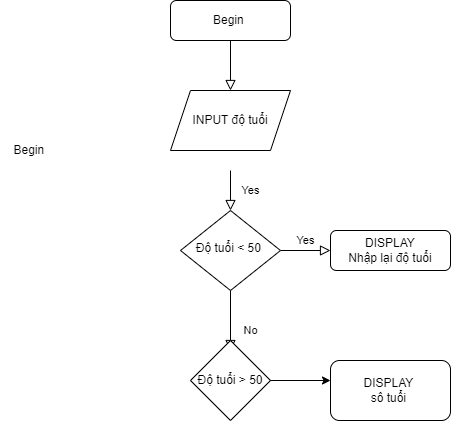
The draw.io diagram ss3_pseudocode/ss3_ex1.png in nnguyen710/C03, before a commit. Source tidied: cells renumbered, new cells last; positions are measured from the earlier drawing's top-left corner, leaving out a move shared by most shapes.
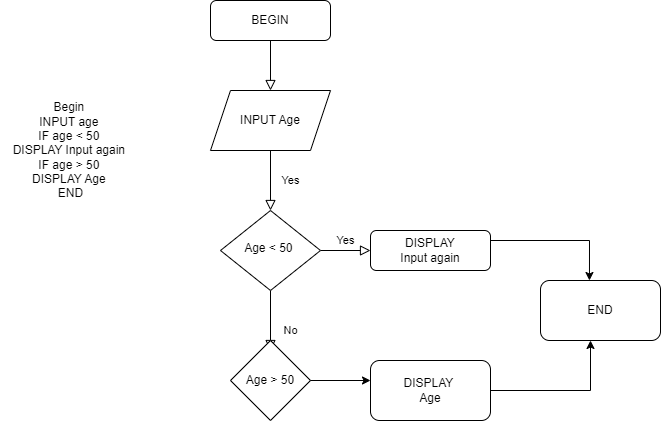
Later version of the same file.

The edit, as a diff of the source:
```diff
@@ -7,13 +7,11 @@
         <mxPoint x="230" y="90" as="targetPoint" />
       </mxGeometry>
     </mxCell>
-    <mxCell id="3" value="Begin&amp;nbsp;" style="rounded=1;whiteSpace=wrap;html=1;fontSize=12;glass=0;strokeWidth=1;shadow=0;" parent="1" vertex="1">
+    <mxCell id="3" value="BEGIN" style="rounded=1;whiteSpace=wrap;html=1;fontSize=12;glass=0;strokeWidth=1;shadow=0;" parent="1" vertex="1">
       <mxGeometry x="170" width="120" height="40" as="geometry" />
     </mxCell>
-    <mxCell id="4" value="Yes" style="rounded=0;html=1;jettySize=auto;fontSize=11;endArrow=block;endFill=0;endSize=8;strokeWidth=1;shadow=0;labelBackgroundColor=none;edgeStyle=orthogonalEdgeStyle;" parent="1" edge="1" target="7">
-      <mxGeometry y="20" relative="1" as="geometry">
-        <mxPoint x="230" y="170" as="sourcePoint" />
-      </mxGeometry>
+    <mxCell id="4" value="Yes" style="rounded=0;html=1;jettySize=auto;fontSize=11;endArrow=block;endFill=0;endSize=8;strokeWidth=1;shadow=0;labelBackgroundColor=none;edgeStyle=orthogonalEdgeStyle;exitX=0.5;exitY=1;exitDx=0;exitDy=0;" parent="1" edge="1" source="9" target="7">
+      <mxGeometry y="20" relative="1" as="geometry" />
     </mxCell>
     <mxCell id="5" value="No" style="rounded=0;html=1;jettySize=auto;fontSize=11;endArrow=block;endFill=0;endSize=8;strokeWidth=1;shadow=0;labelBackgroundColor=none;edgeStyle=orthogonalEdgeStyle;" parent="1" edge="1" source="7">
       <mxGeometry x="0.33" y="20" relative="1" as="geometry">
@@ -23,16 +21,16 @@
     <mxCell id="6" value="Yes" style="edgeStyle=orthogonalEdgeStyle;rounded=0;html=1;jettySize=auto;fontSize=11;endArrow=block;endFill=0;endSize=8;strokeWidth=1;shadow=0;labelBackgroundColor=none;" parent="1" edge="1" source="7" target="8">
       <mxGeometry y="10" relative="1" as="geometry" />
     </mxCell>
-    <mxCell id="7" value="Độ tuổi &amp;lt; 50&amp;nbsp;" style="rhombus;whiteSpace=wrap;html=1;shadow=0;fontFamily=Helvetica;fontSize=12;align=center;strokeWidth=1;spacing=6;spacingTop=-4;" parent="1" vertex="1">
+    <mxCell id="7" value="Age &amp;lt; 50&amp;nbsp;" style="rhombus;whiteSpace=wrap;html=1;shadow=0;fontFamily=Helvetica;fontSize=12;align=center;strokeWidth=1;spacing=6;spacingTop=-4;" parent="1" vertex="1">
       <mxGeometry x="180" y="210" width="100" height="80" as="geometry" />
     </mxCell>
-    <mxCell id="8" value="DISPLAY&lt;br&gt;Nhập lại độ tuổi" style="rounded=1;whiteSpace=wrap;html=1;fontSize=12;glass=0;strokeWidth=1;shadow=0;" parent="1" vertex="1">
+    <mxCell id="8" value="DISPLAY&lt;br&gt;Input again" style="rounded=1;whiteSpace=wrap;html=1;fontSize=12;glass=0;strokeWidth=1;shadow=0;" parent="1" vertex="1">
       <mxGeometry x="330" y="230" width="120" height="40" as="geometry" />
     </mxCell>
-    <mxCell id="9" value="INPUT độ tuổi" style="shape=parallelogram;perimeter=parallelogramPerimeter;whiteSpace=wrap;html=1;fixedSize=1;" parent="1" vertex="1">
+    <mxCell id="9" value="INPUT Age" style="shape=parallelogram;perimeter=parallelogramPerimeter;whiteSpace=wrap;html=1;fixedSize=1;" parent="1" vertex="1">
       <mxGeometry x="170" y="90" width="120" height="60" as="geometry" />
     </mxCell>
-    <mxCell id="10" value="Độ tuổi &amp;gt; 50" style="rhombus;whiteSpace=wrap;html=1;" parent="1" vertex="1">
+    <mxCell id="10" value="Age &amp;gt; 50" style="rhombus;whiteSpace=wrap;html=1;" parent="1" vertex="1">
       <mxGeometry x="190" y="340" width="80" height="80" as="geometry" />
     </mxCell>
     <mxCell id="11" style="endArrow=classic;html=1;rounded=0;exitX=1;exitY=0.5;exitDx=0;exitDy=0;" parent="1" edge="1" source="10">
@@ -40,11 +38,29 @@
         <mxPoint x="330" y="380" as="targetPoint" />
       </mxGeometry>
     </mxCell>
-    <mxCell id="12" value="DISPLAY&amp;nbsp;&lt;br&gt;sô tuổi&amp;nbsp;" style="rounded=1;whiteSpace=wrap;html=1;" parent="1" vertex="1">
+    <mxCell id="12" value="DISPLAY&amp;nbsp;&lt;br&gt;Age" style="rounded=1;whiteSpace=wrap;html=1;" parent="1" vertex="1">
       <mxGeometry x="330" y="360" width="120" height="60" as="geometry" />
     </mxCell>
-    <mxCell id="13" value="Begin&amp;nbsp;&lt;br&gt;" style="text;html=1;align=center;verticalAlign=middle;strokeColor=none;fillColor=none;" parent="1" vertex="1">
-      <mxGeometry y="135" width="60" height="30" as="geometry" />
+    <mxCell id="13" value="Begin&amp;nbsp;&lt;br&gt;INPUT age&amp;nbsp;&lt;br&gt;IF age &amp;lt; 50&amp;nbsp;&lt;br&gt;DISPLAY Input again&amp;nbsp;&lt;br&gt;IF age &amp;gt; 50&amp;nbsp;&lt;br&gt;DISPLAY Age&amp;nbsp;&lt;br&gt;END" style="text;html=1;align=center;verticalAlign=middle;strokeColor=none;fillColor=none;" parent="1" vertex="1">
+      <mxGeometry x="-40" y="95" width="140" height="110" as="geometry" />
     </mxCell>
+    <mxCell id="14" value="END" style="rounded=1;whiteSpace=wrap;html=1;" parent="1" vertex="1">
+      <mxGeometry x="500" y="280" width="120" height="60" as="geometry" />
+    </mxCell>
+    <mxCell id="15" style="endArrow=classic;html=1;rounded=0;exitX=1;exitY=0.25;exitDx=0;exitDy=0;entryX=0.408;entryY=0;entryDx=0;entryDy=0;entryPerimeter=0;" parent="1" edge="1" source="8" target="14">
+      <mxGeometry relative="1" as="geometry">
+        <Array as="points">
+          <mxPoint x="549" y="240" />
+        </Array>
+      </mxGeometry>
+    </mxCell>
+    <mxCell id="16" style="endArrow=classic;html=1;rounded=0;exitX=1;exitY=0.5;exitDx=0;exitDy=0;" parent="1" edge="1" source="12">
+      <mxGeometry relative="1" as="geometry">
+        <mxPoint x="550" y="340" as="targetPoint" />
+        <Array as="points">
+          <mxPoint x="550" y="390" />
+        </Array>
+      </mxGeometry>
+    </mxCell>
   </root>
 </mxGraphModel>
```
